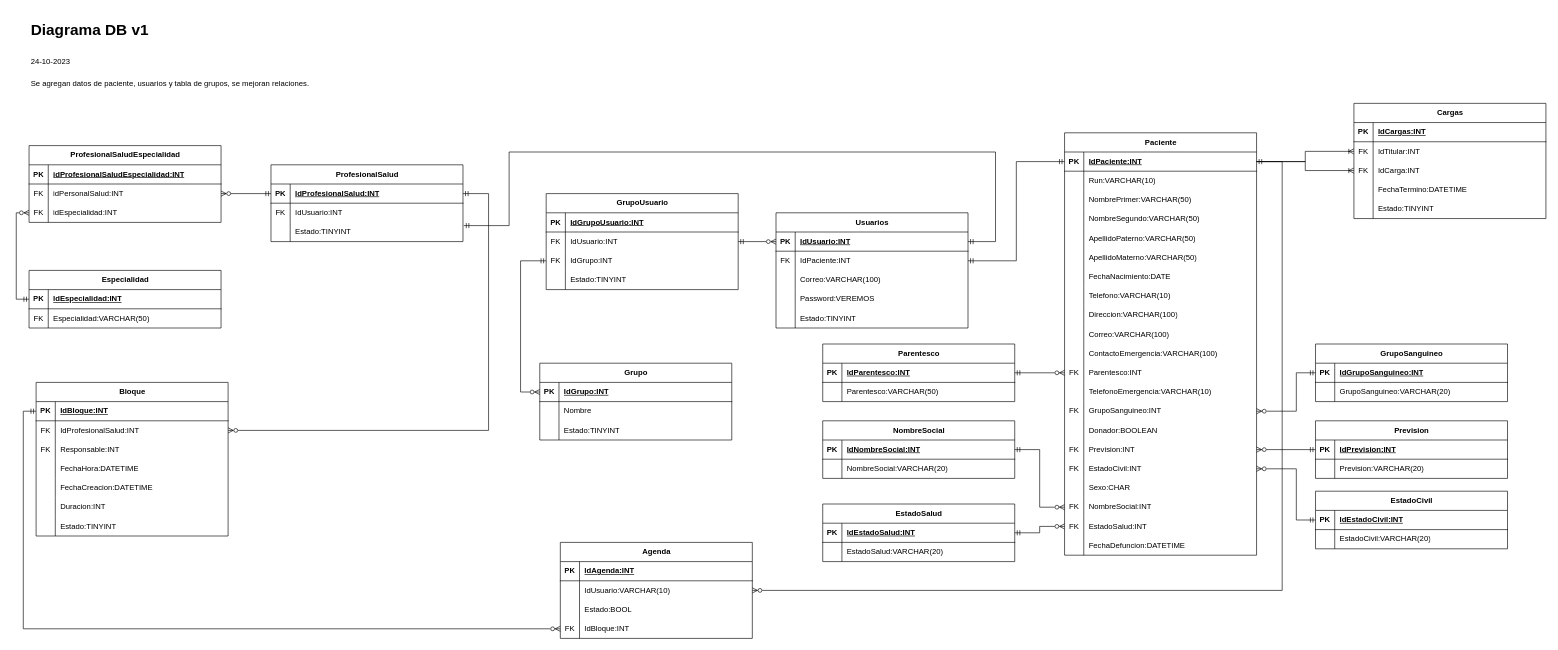
Before: DiagramaDB.drawio in JonaNomas/his-diagram, a draw.io diagram. Source tidied: cells renumbered, new cells numbered last; positions are measured from the earlier drawing's top-left corner, leaving out a move shared by most shapes. Both pictures are drawn from the tidied source at 64%, with x=0, y=0 at pixel (28, 17).
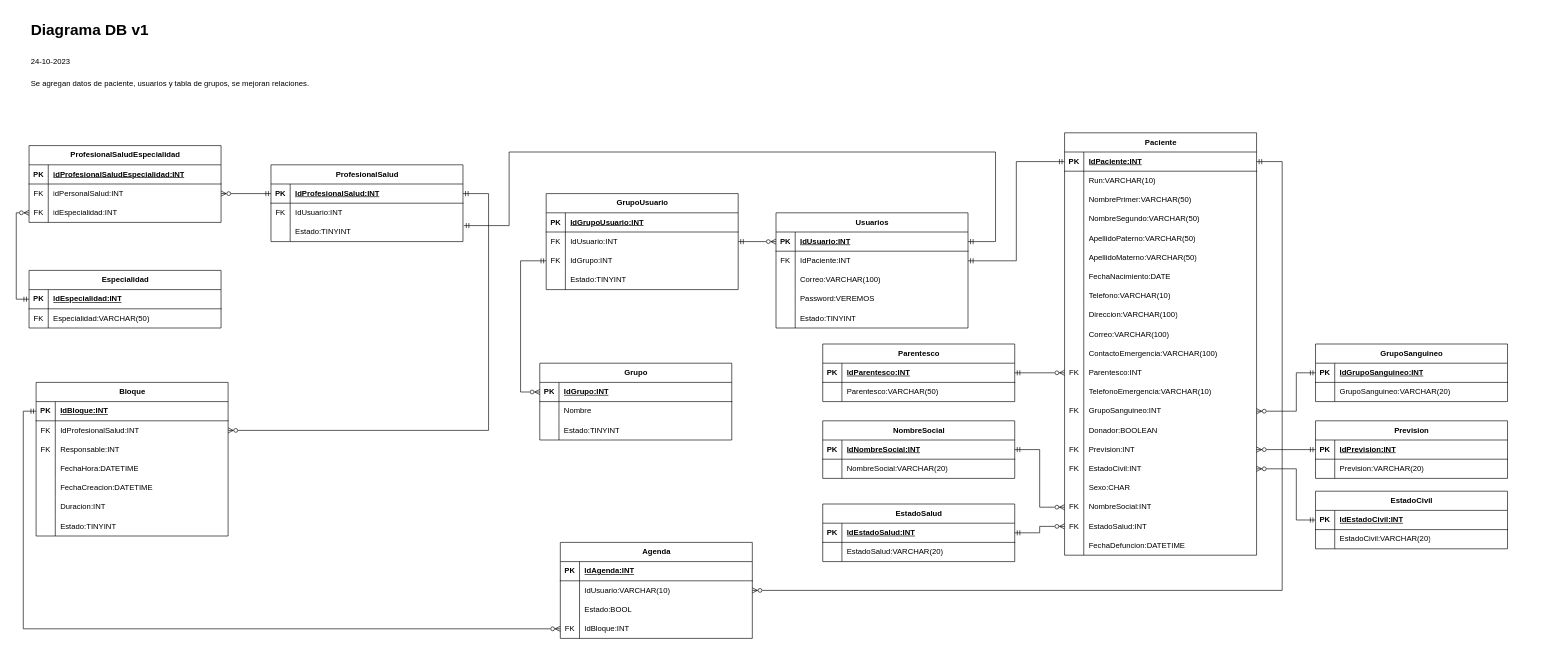
The same diagram, later.

Commit message:
Se elimina tabla cargas

The change refers to these unchanged cells:
```xml
<mxCell id="3" style="shape=tableRow;horizontal=0;startSize=0;swimlaneHead=0;swimlaneBody=0;fillColor=none;points=[[0,0.5],[1,0.5]];portConstraint=eastwest;top=0;left=0;right=0;bottom=1;" parent="2" vertex="1">
  <mxGeometry y="30" width="300" height="30" as="geometry" />
</mxCell>
```

Change to the diagram source:
```diff
@@
-    <mxCell id="143" value="Cargas" style="shape=table;startSize=30;childLayout=tableLayout;rowLines=0;fontStyle=1;align=center;html=1;" parent="1" vertex="1">
-      <mxGeometry x="2072" y="134" width="300" height="180" as="geometry" />
-    </mxCell>
-    <mxCell id="144" style="shape=tableRow;horizontal=0;startSize=0;swimlaneHead=0;swimlaneBody=0;fillColor=none;top=0;left=0;right=0;bottom=1;" parent="143" vertex="1">
-      <mxGeometry y="30" width="300" height="30" as="geometry" />
-    </mxCell>
-    <mxCell id="145" value="PK" style="shape=partialRectangle;fillColor=none;top=0;left=0;bottom=0;right=0;fontStyle=1;overflow=hidden;whiteSpace=wrap;html=1;" parent="144" vertex="1">
-      <mxGeometry width="30" height="30" as="geometry" />
-    </mxCell>
-    <mxCell id="146" value="IdCargas:INT" style="shape=partialRectangle;fillColor=none;top=0;left=0;bottom=0;right=0;align=left;spacingLeft=6;fontStyle=5;overflow=hidden;whiteSpace=wrap;html=1;" parent="144" vertex="1">
-      <mxGeometry x="30" width="270" height="30" as="geometry" />
-    </mxCell>
-    <mxCell id="147" style="shape=tableRow;horizontal=0;startSize=0;swimlaneHead=0;swimlaneBody=0;fillColor=none;points=[[0,0.5],[1,0.5]];portConstraint=eastwest;top=0;left=0;right=0;bottom=0;" parent="143" vertex="1">
-      <mxGeometry y="60" width="300" height="30" as="geometry" />
-    </mxCell>
-    <mxCell id="148" value="FK" style="shape=partialRectangle;fillColor=none;top=0;left=0;bottom=0;right=0;overflow=hidden;whiteSpace=wrap;html=1;" parent="147" vertex="1">
-      <mxGeometry width="30" height="30" as="geometry" />
-    </mxCell>
-    <mxCell id="149" value="IdTitular:INT" style="shape=partialRectangle;fillColor=none;top=0;left=0;bottom=0;right=0;align=left;spacingLeft=6;overflow=hidden;whiteSpace=wrap;html=1;" parent="147" vertex="1">
-      <mxGeometry x="30" width="270" height="30" as="geometry" />
-    </mxCell>
-    <mxCell id="150" style="shape=tableRow;horizontal=0;startSize=0;swimlaneHead=0;swimlaneBody=0;fillColor=none;points=[[0,0.5],[1,0.5]];portConstraint=eastwest;top=0;left=0;right=0;bottom=0;" parent="143" vertex="1">
-      <mxGeometry y="90" width="300" height="30" as="geometry" />
-    </mxCell>
-    <mxCell id="151" value="FK" style="shape=partialRectangle;fillColor=none;top=0;left=0;bottom=0;right=0;overflow=hidden;whiteSpace=wrap;html=1;" parent="150" vertex="1">
-      <mxGeometry width="30" height="30" as="geometry" />
-    </mxCell>
-    <mxCell id="152" value="IdCarga:INT" style="shape=partialRectangle;fillColor=none;top=0;left=0;bottom=0;right=0;align=left;spacingLeft=6;overflow=hidden;whiteSpace=wrap;html=1;" parent="150" vertex="1">
-      <mxGeometry x="30" width="270" height="30" as="geometry" />
-    </mxCell>
-    <mxCell id="153" style="shape=tableRow;horizontal=0;startSize=0;swimlaneHead=0;swimlaneBody=0;fillColor=none;top=0;left=0;right=0;bottom=0;" parent="143" vertex="1">
-      <mxGeometry y="120" width="300" height="30" as="geometry" />
-    </mxCell>
-    <mxCell id="154" style="shape=partialRectangle;fillColor=none;top=0;left=0;bottom=0;right=0;overflow=hidden;whiteSpace=wrap;html=1;" parent="153" vertex="1">
-      <mxGeometry width="30" height="30" as="geometry" />
-    </mxCell>
-    <mxCell id="155" value="FechaTermino:DATETIME" style="shape=partialRectangle;fillColor=none;top=0;left=0;bottom=0;right=0;align=left;spacingLeft=6;overflow=hidden;whiteSpace=wrap;html=1;" parent="153" vertex="1">
-      <mxGeometry x="30" width="270" height="30" as="geometry" />
-    </mxCell>
-    <mxCell id="156" style="shape=tableRow;horizontal=0;startSize=0;swimlaneHead=0;swimlaneBody=0;fillColor=none;top=0;left=0;right=0;bottom=0;" parent="143" vertex="1">
-      <mxGeometry y="150" width="300" height="30" as="geometry" />
-    </mxCell>
-    <mxCell id="157" style="shape=partialRectangle;fillColor=none;top=0;left=0;bottom=0;right=0;overflow=hidden;whiteSpace=wrap;html=1;" parent="156" vertex="1">
-      <mxGeometry width="30" height="30" as="geometry" />
-    </mxCell>
-    <mxCell id="158" value="Estado:TINYINT" style="shape=partialRectangle;fillColor=none;top=0;left=0;bottom=0;right=0;align=left;spacingLeft=6;overflow=hidden;whiteSpace=wrap;html=1;" parent="156" vertex="1">
-      <mxGeometry x="30" width="270" height="30" as="geometry" />
-    </mxCell>
-    <mxCell id="159" style="edgeStyle=orthogonalEdgeStyle;rounded=0;jettySize=auto;html=1;exitX=1;exitY=0.5;exitDx=0;exitDy=0;entryX=0;entryY=0.5;entryDx=0;entryDy=0;endArrow=ERoneToMany;endFill=0;" parent="1" edge="1" source="3" target="147">
-      <mxGeometry relative="1" as="geometry" />
-    </mxCell>
-    <mxCell id="160" style="edgeStyle=orthogonalEdgeStyle;rounded=0;jettySize=auto;html=1;exitX=1;exitY=0.5;exitDx=0;exitDy=0;entryX=0;entryY=0.5;entryDx=0;entryDy=0;endArrow=ERoneToMany;endFill=0;" parent="1" edge="1" source="3" target="150">
-      <mxGeometry relative="1" as="geometry" />
-    </mxCell>
```
